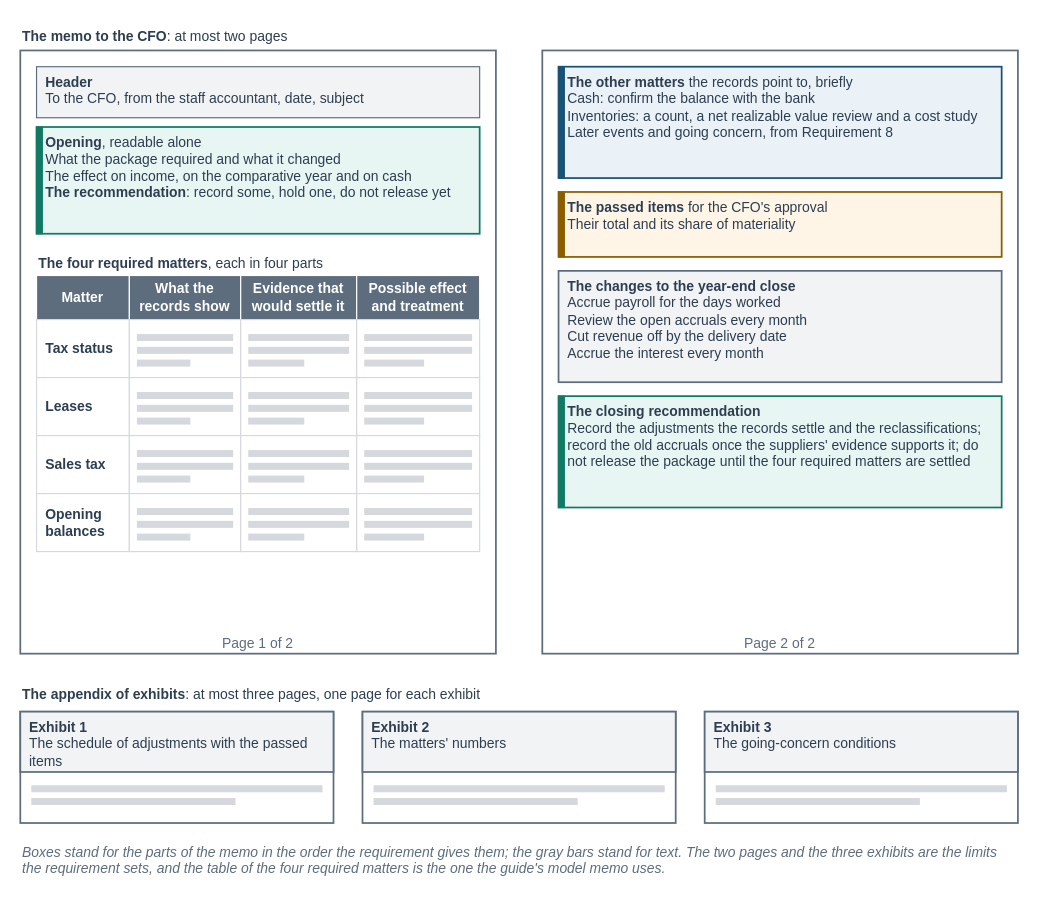
The draw.io diagram facts/instructor/figures/chapter-17-statements-for-a-lender/IF-17-9-A.drawio in mmcodesso/Accounting_Analytics_Book, before the edit. Source tidied: cells renumbered, new cells numbered last; positions are measured from the earlier drawing's top-left corner, leaving out a move shared by most shapes. Both pictures are drawn from the tidied source at 116%, with x=0, y=0 at pixel (20, 20).
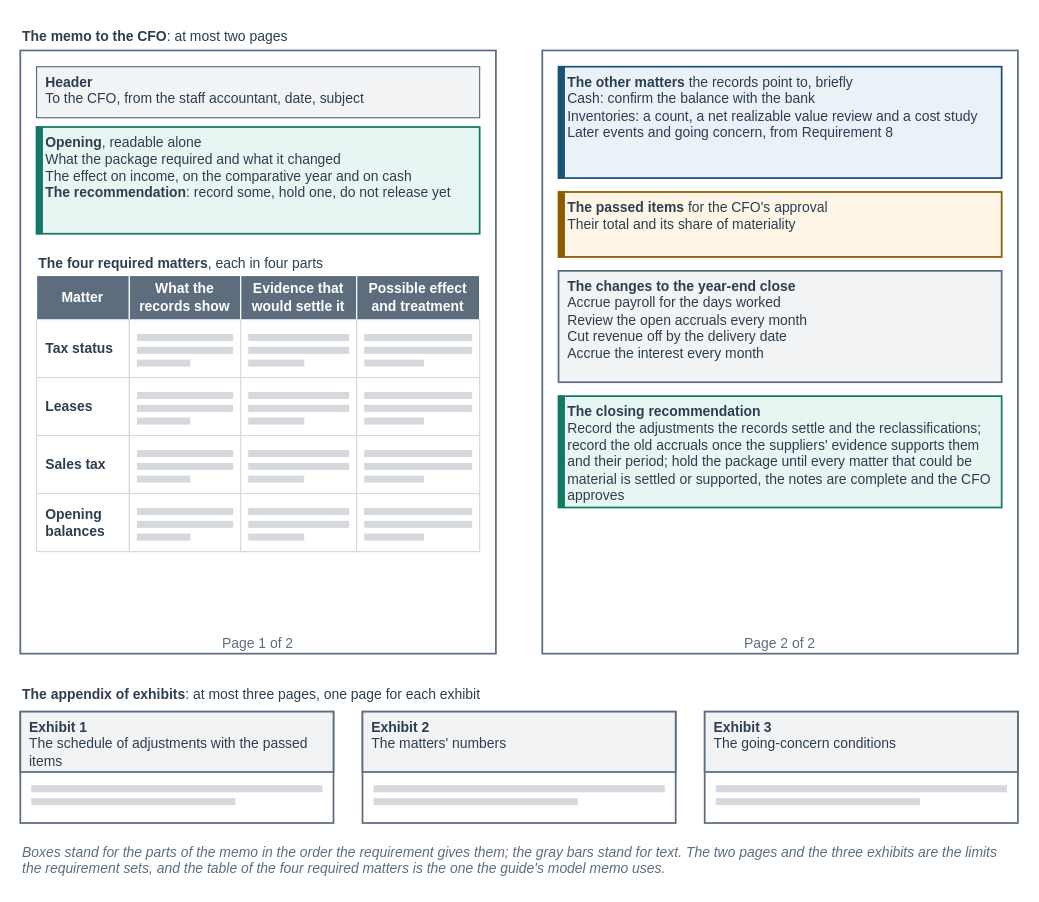
The same diagram, later.

The edit, as a diff of the source:
```diff
@@
-    <mxCell id="73" value="&lt;b&gt;The closing recommendation&lt;/b&gt;&lt;br&gt;Record the adjustments the records settle and the reclassifications; record the old accruals once the suppliers' evidence supports it; do not release the package until the four required matters are settled" style="rounded=0;arcSize=6;whiteSpace=wrap;html=1;fillColor=#E8F6F3;strokeColor=#117A65;strokeWidth=1.5;fontColor=#2C3E50;fontSize=12;fontStyle=0;align=left;verticalAlign=top;fontFamily=Helvetica;spacingLeft=6;spacingRight=6;" parent="1" vertex="1">
+    <mxCell id="73" value="&lt;b&gt;The closing recommendation&lt;/b&gt;&lt;br&gt;Record the adjustments the records settle and the reclassifications; record the old accruals once the suppliers' evidence supports them and their period; hold the package until every matter that could be material is settled or supported, the notes are complete and the CFO approves" style="rounded=0;arcSize=6;whiteSpace=wrap;html=1;fillColor=#E8F6F3;strokeColor=#117A65;strokeWidth=1.5;fontColor=#2C3E50;fontSize=12;fontStyle=0;align=left;verticalAlign=top;fontFamily=Helvetica;spacingLeft=6;spacingRight=6;" parent="1" vertex="1">
       <mxGeometry x="464" y="324" width="382" height="96" as="geometry" />
     </mxCell>
```
